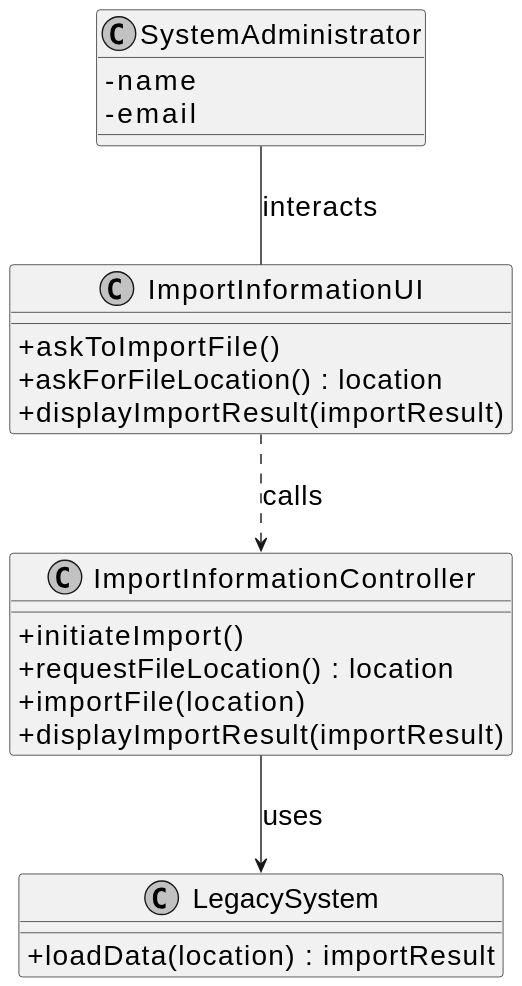
This is docs/sprintC/us012/03.design/svg/us012-class-diagram.svg from Goncalves2525/real-estate-management-system, a PlantUML export, as it was before one commit.
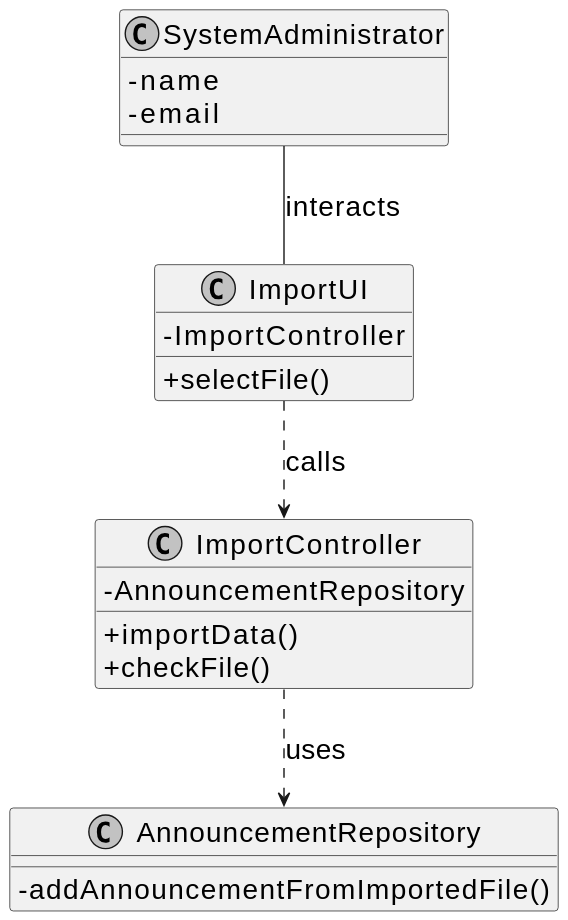
Above is the later version.

Commit message:
class diagram completed with us9 SVG created VisitScheduleController repository access improved

What changed in the source:
```diff
@@ -7,32 +7,32 @@
 skinparam classAttributeIconSize 0
 
 
-class LegacySystem {
-    + loadData(location) : importResult
-}
 
 class SystemAdministrator {
     - name
     - email
 }
 
-class ImportInformationController {
-    + initiateImport()
-    + requestFileLocation() : location
-    + importFile(location)
-    + displayImportResult(importResult)
+class ImportController {
+    - AnnouncementRepository
+    + importData()
+    + checkFile()
 }
 
-class ImportInformationUI {
-    + askToImportFile()
-    + askForFileLocation() : location
-    + displayImportResult(importResult)
+class ImportUI {
+    - ImportController
+    + selectFile()
+}
+
+class AnnouncementRepository {
+    - addAnnouncementFromImportedFile()
 }
 
 
-ImportInformationUI ..> ImportInformationController : calls
+ImportUI ..> ImportController : calls
 
-ImportInformationController --> LegacySystem : uses
 
-SystemAdministrator -- ImportInformationUI : interacts
+SystemAdministrator -- ImportUI : interacts
+
+ImportController ..> AnnouncementRepository : uses
 @enduml
```
